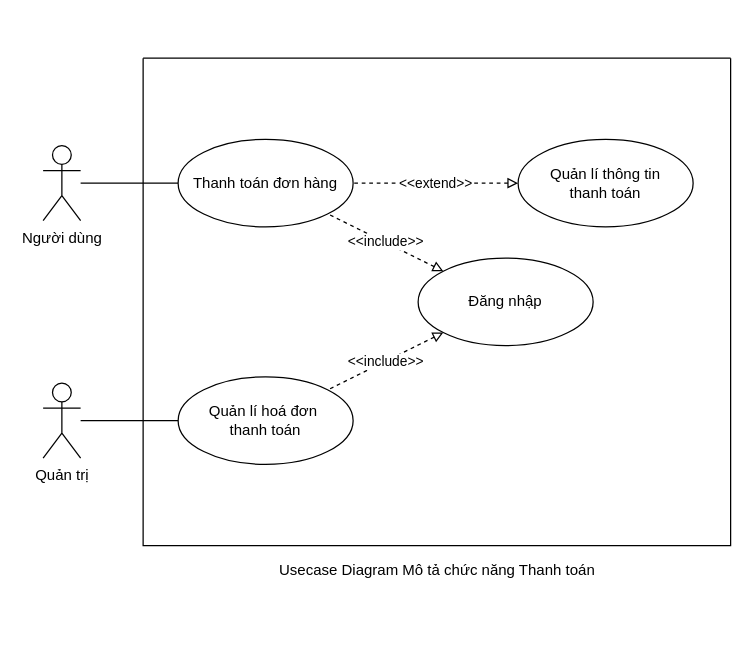
EdgarIgnite16/SGU-Course keeps this draw.io diagram as Nam3_HK1/CNPM_SoftTech/Usecase Diagrams/UD_5_Payments.drawio. Above is the earlier version. Source tidied: cells renumbered, new cells numbered last; positions are measured from the earlier drawing's top-left corner, leaving out a move shared by most shapes. Both pictures are drawn from the tidied source at 125%, with x=0, y=0 at pixel (42, 58).
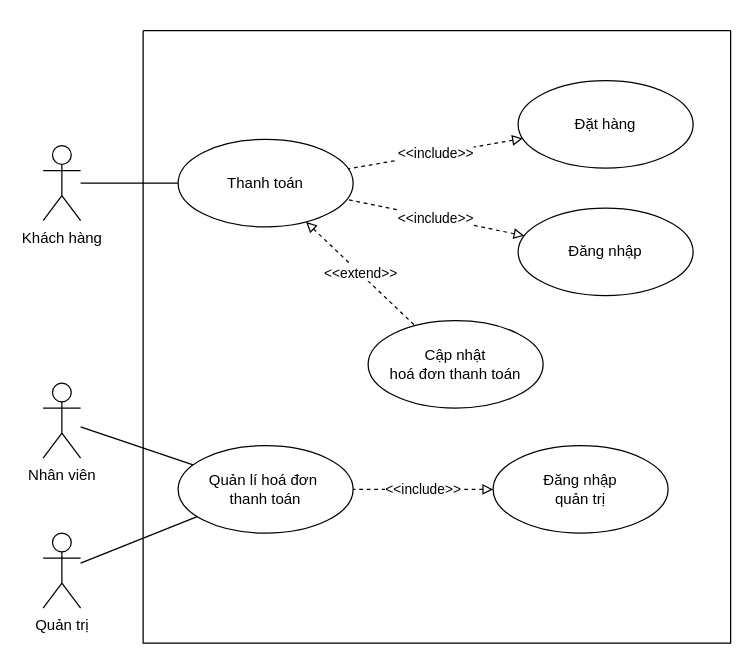
After the change.

Diff of the diagram source:
```diff
@@
-    <mxCell id="3" value="Người dùng" style="shape=umlActor;verticalLabelPosition=bottom;verticalAlign=top;html=1;outlineConnect=0;" parent="1" vertex="1">
+    <mxCell id="3" value="Khách hàng" style="shape=umlActor;verticalLabelPosition=bottom;verticalAlign=top;html=1;outlineConnect=0;" parent="1" vertex="1">
       <mxGeometry y="70" width="30" height="60" as="geometry" />
     </mxCell>
+    <mxCell id="16" style="edgeStyle=orthogonalEdgeStyle;rounded=0;jettySize=auto;html=1;exitX=0.5;exitY=0;exitDx=0;exitDy=0;" parent="1" edge="1" source="4">
+      <mxGeometry relative="1" as="geometry">
+        <mxPoint x="314.8" y="-21.9" as="targetPoint" />
+      </mxGeometry>
+    </mxCell>
     <mxCell id="4" style="swimlane;startSize=0;" parent="1" vertex="1">
-      <mxGeometry x="80" width="470" height="390" as="geometry" />
+      <mxGeometry x="80" y="-22" width="470" height="490" as="geometry" />
     </mxCell>
-    <mxCell id="5" value="Thanh toán đơn hàng" style="ellipse;whiteSpace=wrap;html=1;" parent="4" vertex="1">
-      <mxGeometry x="28" y="65" width="140" height="70" as="geometry" />
+    <mxCell id="5" value="Thanh toán" style="ellipse;whiteSpace=wrap;html=1;" parent="4" vertex="1">
+      <mxGeometry x="28" y="87" width="140" height="70" as="geometry" />
     </mxCell>
@@
     <mxCell id="7" value="Đăng nhập" style="ellipse;whiteSpace=wrap;html=1;" parent="4" vertex="1">
-      <mxGeometry x="220" y="160" width="140" height="70" as="geometry" />
+      <mxGeometry x="300" y="142" width="140" height="70" as="geometry" />
     </mxCell>
     <mxCell id="8" value="Quản lí hoá đơn&amp;nbsp;&lt;br&gt;thanh toán" style="ellipse;whiteSpace=wrap;html=1;" parent="4" vertex="1">
-      <mxGeometry x="28" y="255" width="140" height="70" as="geometry" />
+      <mxGeometry x="28" y="332" width="140" height="70" as="geometry" />
     </mxCell>
-    <mxCell id="9" value="&amp;lt;&amp;lt;include&amp;gt;&amp;gt;" style="jettySize=auto;html=1;strokeColor=default;rounded=0;dashed=1;endArrow=none;endFill=0;startArrow=block;startFill=0;" parent="4" edge="1" source="7" target="8">
+    <mxCell id="9" value="&amp;lt;&amp;lt;include&amp;gt;&amp;gt;" style="jettySize=auto;html=1;strokeColor=default;rounded=0;dashed=1;endArrow=none;endFill=0;startArrow=block;startFill=0;" parent="4" edge="1" source="19" target="8">
       <mxGeometry relative="1" as="geometry" />
     </mxCell>
-    <mxCell id="10" value="Quản lí thông tin&lt;br&gt;thanh toán" style="ellipse;whiteSpace=wrap;html=1;" parent="4" vertex="1">
-      <mxGeometry x="300" y="65" width="140" height="70" as="geometry" />
+    <mxCell id="10" value="Đặt hàng" style="ellipse;whiteSpace=wrap;html=1;" parent="4" vertex="1">
+      <mxGeometry x="300" y="40" width="140" height="70" as="geometry" />
     </mxCell>
+    <mxCell id="17" value="&amp;lt;&amp;lt;include&amp;gt;&amp;gt;" style="jettySize=auto;html=1;strokeColor=default;rounded=0;dashed=1;endArrow=none;endFill=0;startArrow=block;startFill=0;" parent="4" edge="1" source="10" target="5">
+      <mxGeometry relative="1" as="geometry" />
+    </mxCell>
+    <mxCell id="18" value="Cập nhật&lt;br&gt;hoá đơn thanh toán" style="ellipse;whiteSpace=wrap;html=1;" parent="4" vertex="1">
+      <mxGeometry x="180" y="232" width="140" height="70" as="geometry" />
+    </mxCell>
-    <mxCell id="11" value="&amp;lt;&amp;lt;extend&amp;gt;&amp;gt;" style="jettySize=auto;html=1;strokeColor=default;rounded=0;dashed=1;endArrow=none;endFill=0;startArrow=block;startFill=0;" parent="4" edge="1" source="10" target="5">
+    <mxCell id="11" value="&amp;lt;&amp;lt;extend&amp;gt;&amp;gt;&lt;br&gt;" style="jettySize=auto;html=1;strokeColor=default;rounded=0;dashed=1;endArrow=none;endFill=0;startArrow=block;startFill=0;" parent="4" edge="1" source="5" target="18">
       <mxGeometry relative="1" as="geometry" />
     </mxCell>
+    <mxCell id="19" value="Đăng nhập&lt;br&gt;quản trị" style="ellipse;whiteSpace=wrap;html=1;" parent="4" vertex="1">
+      <mxGeometry x="280" y="332" width="140" height="70" as="geometry" />
+    </mxCell>
@@
-    <mxCell id="13" value="Usecase Diagram Mô tả chức năng Thanh toán" style="text;html=1;align=center;verticalAlign=middle;strokeColor=none;fillColor=none;" parent="1" vertex="1">
-      <mxGeometry x="180" y="400" width="270" height="20" as="geometry" />
-    </mxCell>
-    <mxCell id="14" value="Quản trị" style="shape=umlActor;verticalLabelPosition=bottom;verticalAlign=top;html=1;outlineConnect=0;" parent="1" vertex="1">
+    <mxCell id="14" value="Nhân viên&lt;br&gt;" style="shape=umlActor;verticalLabelPosition=bottom;verticalAlign=top;html=1;outlineConnect=0;" parent="1" vertex="1">
       <mxGeometry y="260" width="30" height="60" as="geometry" />
     </mxCell>
@@
+    <mxCell id="20" value="Quản trị" style="shape=umlActor;verticalLabelPosition=bottom;verticalAlign=top;html=1;outlineConnect=0;" parent="1" vertex="1">
+      <mxGeometry y="380" width="30" height="60" as="geometry" />
+    </mxCell>
+    <mxCell id="21" style="rounded=0;jettySize=auto;html=1;endArrow=none;endFill=0;" parent="1" edge="1" source="20" target="8">
+      <mxGeometry relative="1" as="geometry" />
+    </mxCell>
```
